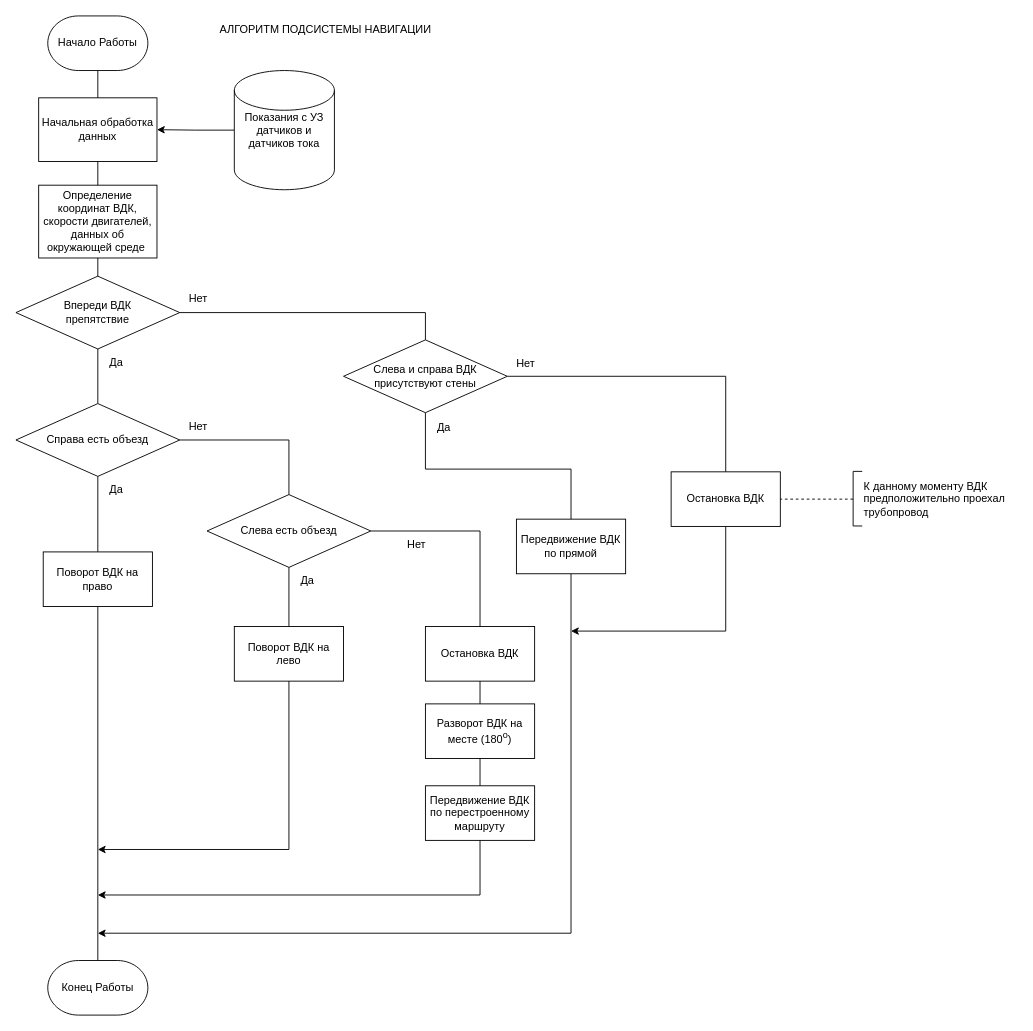
AlexRussellGit/VKR---Russell-Alexander keeps this draw.io diagram as Наработки/Блок-схемы/Untitled Diagram.drawio. Above is the earlier version. Source tidied: cells renumbered, new cells numbered last; positions are measured from the earlier drawing's top-left corner, leaving out a move shared by most shapes. Both pictures are drawn from the tidied source at 91%, with x=0, y=0 at pixel (15, 15).
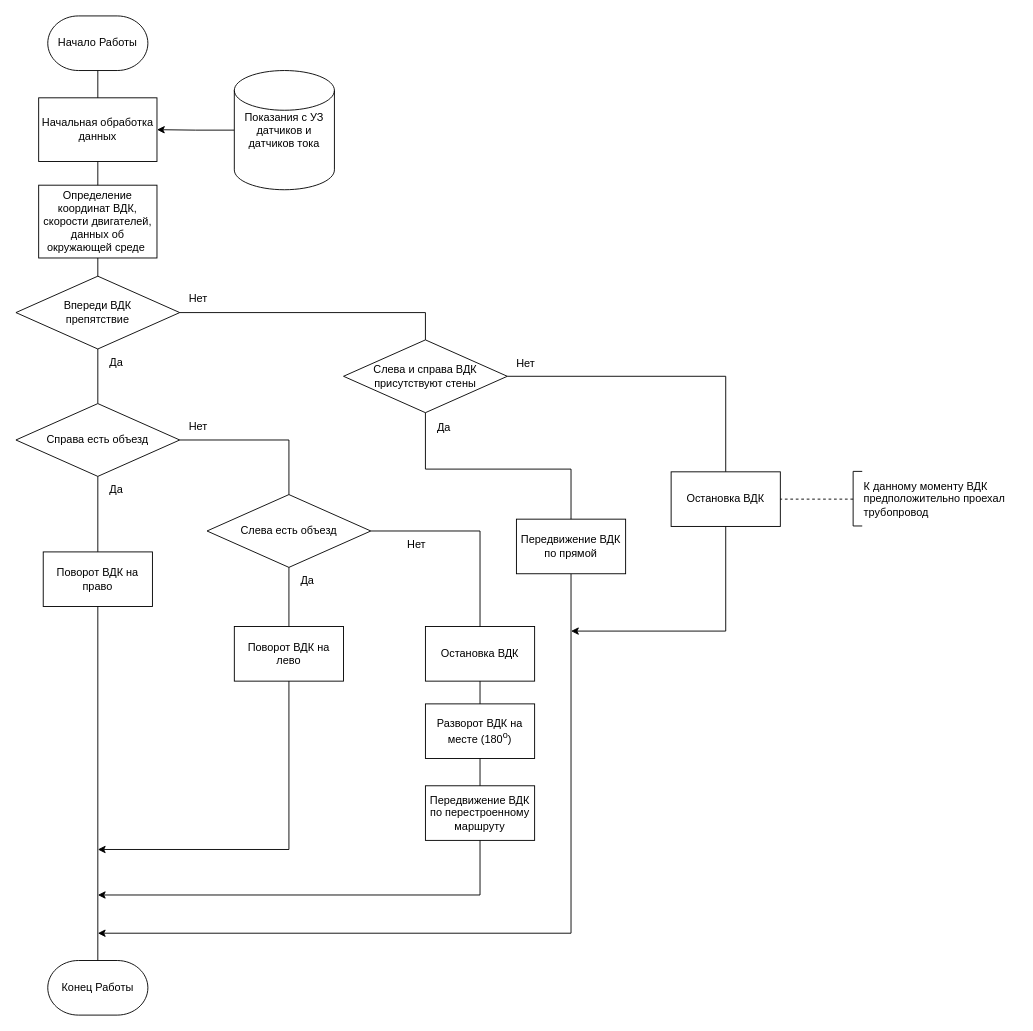
The same diagram, later.

Diff of the diagram source:
```diff
@@
-    <mxCell id="2" value="АЛГОРИТМ ПОДСИСТЕМЫ НАВИГАЦИИ" style="text;html=1;align=center;verticalAlign=middle;strokeColor=none;fillColor=none;" parent="1" vertex="1">
-      <mxGeometry x="210" width="260" height="30" as="geometry" />
-    </mxCell>
```
